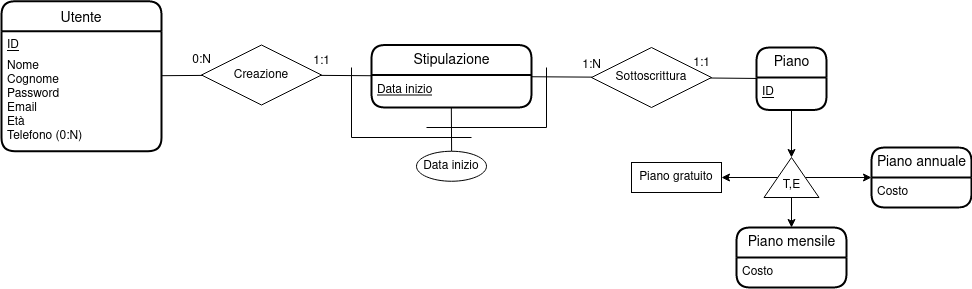
The draw.io diagram other/piani.png in chrg127/db-online-console, before a commit. Source tidied: cells renumbered, new cells last; positions are measured from the earlier drawing's top-left corner, leaving out a move shared by most shapes. Its diagram source:
```xml
<mxGraphModel>
  <root>
    <mxCell id="0" />
    <mxCell id="1" parent="0" />
    <mxCell id="2" value="Utente" style="swimlane;horizontal=1;startSize=30;rounded=1;fontSize=14;fontStyle=0;strokeWidth=2;shadow=0;dashed=0;align=center;" parent="1" vertex="1">
      <mxGeometry y="-0.2" width="160" height="150" as="geometry" />
    </mxCell>
    <mxCell id="3" value="ID" style="text;strokeColor=none;fillColor=none;align=left;verticalAlign=top;rounded=0;fontStyle=4;whiteSpace=wrap;html=1;horizontal=1;spacingLeft=4;" parent="2" vertex="1">
      <mxGeometry y="30" width="160" height="20" as="geometry" />
    </mxCell>
    <mxCell id="4" value="Nome&#10;Cognome&#10;Password&#10;Email&#10;Età&#10;Telefono (0:N)" style="align=left;strokeColor=none;fillColor=none;spacingLeft=4;fontSize=12;verticalAlign=top;" parent="2" vertex="1">
      <mxGeometry y="50" width="160" height="100" as="geometry" />
    </mxCell>
    <mxCell id="5" value="Stipulazione" style="swimlane;horizontal=1;startSize=30;rounded=1;fontSize=14;fontStyle=0;strokeWidth=2;shadow=0;dashed=0;align=center;html=1;" parent="1" vertex="1">
      <mxGeometry x="370" y="43.5" width="160" height="62.5" as="geometry" />
    </mxCell>
    <mxCell id="6" value="Data inizio" style="align=left;strokeColor=none;fillColor=none;spacingLeft=4;fontSize=12;verticalAlign=top;fontStyle=4;" parent="5" vertex="1">
      <mxGeometry y="30" width="160" height="32.5" as="geometry" />
    </mxCell>
    <mxCell id="7" value="Creazione" style="shape=rhombus;perimeter=rhombusPerimeter;whiteSpace=wrap;html=1;align=center;" parent="1" vertex="1">
      <mxGeometry x="200" y="43.5" width="120" height="60" as="geometry" />
    </mxCell>
    <mxCell id="8" style="endArrow=none;html=1;rounded=0;" parent="1" edge="1" source="2" target="7">
      <mxGeometry relative="1" as="geometry" />
    </mxCell>
    <mxCell id="9" value="0:N" style="html=1;align=right;verticalAlign=bottom;" parent="8" vertex="1">
      <mxGeometry x="1" relative="1" as="geometry">
        <mxPoint x="10" y="-5" as="offset" />
      </mxGeometry>
    </mxCell>
    <mxCell id="10" style="endArrow=none;html=1;rounded=0;" parent="1" edge="1" source="7" target="5">
      <mxGeometry relative="1" as="geometry" />
    </mxCell>
    <mxCell id="11" value="1:1" style="html=1;align=right;verticalAlign=bottom;" parent="10" vertex="1">
      <mxGeometry x="1" relative="1" as="geometry">
        <mxPoint x="-40" y="-5" as="offset" />
      </mxGeometry>
    </mxCell>
    <mxCell id="12" value="Sottoscrittura" style="shape=rhombus;perimeter=rhombusPerimeter;whiteSpace=wrap;html=1;align=center;" parent="1" vertex="1">
      <mxGeometry x="590" y="46" width="120" height="60" as="geometry" />
    </mxCell>
    <mxCell id="13" style="endArrow=none;html=1;rounded=0;" parent="1" edge="1" source="5" target="12">
      <mxGeometry relative="1" as="geometry" />
    </mxCell>
    <mxCell id="14" value="1:N" style="html=1;align=right;verticalAlign=bottom;" parent="13" vertex="1">
      <mxGeometry x="1" relative="1" as="geometry">
        <mxPoint x="10" y="-2" as="offset" />
      </mxGeometry>
    </mxCell>
    <mxCell id="15" style="edgeStyle=orthogonalEdgeStyle;rounded=0;jettySize=auto;html=1;" parent="1" edge="1" source="18" target="19">
      <mxGeometry relative="1" as="geometry" />
    </mxCell>
    <mxCell id="16" style="edgeStyle=orthogonalEdgeStyle;rounded=0;jettySize=auto;html=1;" parent="1" edge="1" source="18">
      <mxGeometry relative="1" as="geometry">
        <mxPoint x="790" y="226" as="targetPoint" />
      </mxGeometry>
    </mxCell>
    <mxCell id="17" style="edgeStyle=orthogonalEdgeStyle;rounded=0;jettySize=auto;html=1;" parent="1" edge="1" source="18" target="22">
      <mxGeometry relative="1" as="geometry" />
    </mxCell>
    <mxCell id="18" value="&lt;div&gt;&lt;br&gt;&lt;/div&gt;&lt;div&gt;&amp;nbsp;&amp;nbsp;&amp;nbsp;&amp;nbsp; T,E&lt;/div&gt;" style="triangle;whiteSpace=wrap;html=1;align=left;verticalAlign=top;direction=north;" parent="1" vertex="1">
      <mxGeometry x="762.5" y="156" width="55" height="40" as="geometry" />
    </mxCell>
    <mxCell id="19" value="Piano gratuito" style="whiteSpace=wrap;html=1;align=center;" parent="1" vertex="1">
      <mxGeometry x="630" y="161" width="90" height="30" as="geometry" />
    </mxCell>
    <mxCell id="20" value="Piano mensile" style="swimlane;horizontal=1;startSize=30;rounded=1;fontSize=14;fontStyle=0;strokeWidth=2;shadow=0;dashed=0;align=center;html=1;" parent="1" vertex="1">
      <mxGeometry x="735" y="226" width="110" height="60" as="geometry" />
    </mxCell>
    <mxCell id="21" value="Costo" style="align=left;strokeColor=none;fillColor=none;spacingLeft=4;fontSize=12;verticalAlign=top;" parent="20" vertex="1">
      <mxGeometry y="30" width="110" height="30" as="geometry" />
    </mxCell>
    <mxCell id="22" value="Piano annuale" style="swimlane;horizontal=1;startSize=30;rounded=1;fontSize=14;fontStyle=0;strokeWidth=2;shadow=0;dashed=0;align=center;html=1;" parent="1" vertex="1">
      <mxGeometry x="870" y="146" width="100" height="60" as="geometry" />
    </mxCell>
    <mxCell id="23" value="Costo" style="align=left;strokeColor=none;fillColor=none;spacingLeft=4;fontSize=12;verticalAlign=top;" parent="22" vertex="1">
      <mxGeometry y="30" width="100" height="30" as="geometry" />
    </mxCell>
    <mxCell id="24" style="endArrow=none;html=1;rounded=0;" parent="1" edge="1">
      <mxGeometry relative="1" as="geometry">
        <mxPoint x="449.8" y="106" as="sourcePoint" />
        <mxPoint x="450.1" y="149.8" as="targetPoint" />
      </mxGeometry>
    </mxCell>
    <mxCell id="25" value="Data inizio" style="ellipse;whiteSpace=wrap;html=1;align=center;" parent="1" vertex="1">
      <mxGeometry x="415" y="149.8" width="70" height="30" as="geometry" />
    </mxCell>
    <mxCell id="26" style="edgeStyle=orthogonalEdgeStyle;rounded=0;jettySize=auto;html=1;" parent="1" edge="1" source="27" target="18">
      <mxGeometry relative="1" as="geometry" />
    </mxCell>
    <mxCell id="27" value="&lt;div&gt;Piano&lt;/div&gt;" style="swimlane;horizontal=1;startSize=30;rounded=1;fontSize=14;fontStyle=0;strokeWidth=2;shadow=0;dashed=0;align=center;html=1;" parent="1" vertex="1">
      <mxGeometry x="755" y="46" width="70" height="62.5" as="geometry" />
    </mxCell>
    <mxCell id="28" value="ID" style="align=left;strokeColor=none;fillColor=none;spacingLeft=4;fontSize=12;verticalAlign=top;fontStyle=4;" parent="27" vertex="1">
      <mxGeometry y="30" width="70" height="32.5" as="geometry" />
    </mxCell>
    <mxCell id="29" style="endArrow=none;html=1;rounded=0;" parent="1" edge="1" source="12" target="27">
      <mxGeometry relative="1" as="geometry" />
    </mxCell>
    <mxCell id="30" value="1:1" style="html=1;align=right;verticalAlign=bottom;" parent="29" vertex="1">
      <mxGeometry x="1" relative="1" as="geometry">
        <mxPoint x="-45" y="-5" as="offset" />
      </mxGeometry>
    </mxCell>
    <mxCell id="31" style="endArrow=none;html=1;rounded=0;" parent="1" edge="1">
      <mxGeometry relative="1" as="geometry">
        <mxPoint x="350" y="66" as="sourcePoint" />
        <mxPoint x="350" y="136" as="targetPoint" />
      </mxGeometry>
    </mxCell>
    <mxCell id="32" style="endArrow=none;html=1;rounded=0;" parent="1" edge="1">
      <mxGeometry relative="1" as="geometry">
        <mxPoint x="545" y="66" as="sourcePoint" />
        <mxPoint x="545" y="126" as="targetPoint" />
      </mxGeometry>
    </mxCell>
    <mxCell id="33" style="endArrow=none;html=1;rounded=0;" parent="1" edge="1">
      <mxGeometry relative="1" as="geometry">
        <mxPoint x="350" y="136" as="sourcePoint" />
        <mxPoint x="470" y="136" as="targetPoint" />
      </mxGeometry>
    </mxCell>
    <mxCell id="34" style="endArrow=none;html=1;rounded=0;" parent="1" edge="1">
      <mxGeometry relative="1" as="geometry">
        <mxPoint x="425" y="126" as="sourcePoint" />
        <mxPoint x="545" y="126" as="targetPoint" />
      </mxGeometry>
    </mxCell>
  </root>
</mxGraphModel>
```
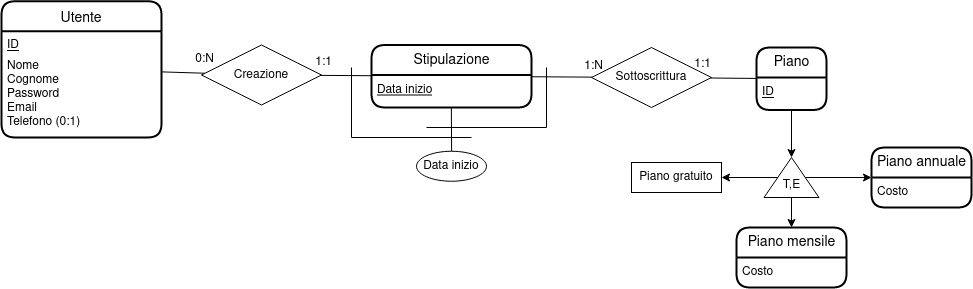
The same diagram one commit later.

The edit, as a diff of the source:
```diff
@@ -3,13 +3,13 @@
     <mxCell id="0" />
     <mxCell id="1" parent="0" />
     <mxCell id="2" value="Utente" style="swimlane;horizontal=1;startSize=30;rounded=1;fontSize=14;fontStyle=0;strokeWidth=2;shadow=0;dashed=0;align=center;" parent="1" vertex="1">
-      <mxGeometry y="-0.2" width="160" height="150" as="geometry" />
+      <mxGeometry y="-0.2" width="160" height="136.2" as="geometry" />
     </mxCell>
     <mxCell id="3" value="ID" style="text;strokeColor=none;fillColor=none;align=left;verticalAlign=top;rounded=0;fontStyle=4;whiteSpace=wrap;html=1;horizontal=1;spacingLeft=4;" parent="2" vertex="1">
       <mxGeometry y="30" width="160" height="20" as="geometry" />
     </mxCell>
-    <mxCell id="4" value="Nome&#10;Cognome&#10;Password&#10;Email&#10;Età&#10;Telefono (0:N)" style="align=left;strokeColor=none;fillColor=none;spacingLeft=4;fontSize=12;verticalAlign=top;" parent="2" vertex="1">
-      <mxGeometry y="50" width="160" height="100" as="geometry" />
+    <mxCell id="4" value="Nome&#10;Cognome&#10;Password&#10;Email&#10;Telefono (0:1)" style="align=left;strokeColor=none;fillColor=none;spacingLeft=4;fontSize=12;verticalAlign=top;" parent="2" vertex="1">
+      <mxGeometry y="50" width="160" height="86.2" as="geometry" />
     </mxCell>
     <mxCell id="5" value="Stipulazione" style="swimlane;horizontal=1;startSize=30;rounded=1;fontSize=14;fontStyle=0;strokeWidth=2;shadow=0;dashed=0;align=center;html=1;" parent="1" vertex="1">
       <mxGeometry x="370" y="43.5" width="160" height="62.5" as="geometry" />
```
